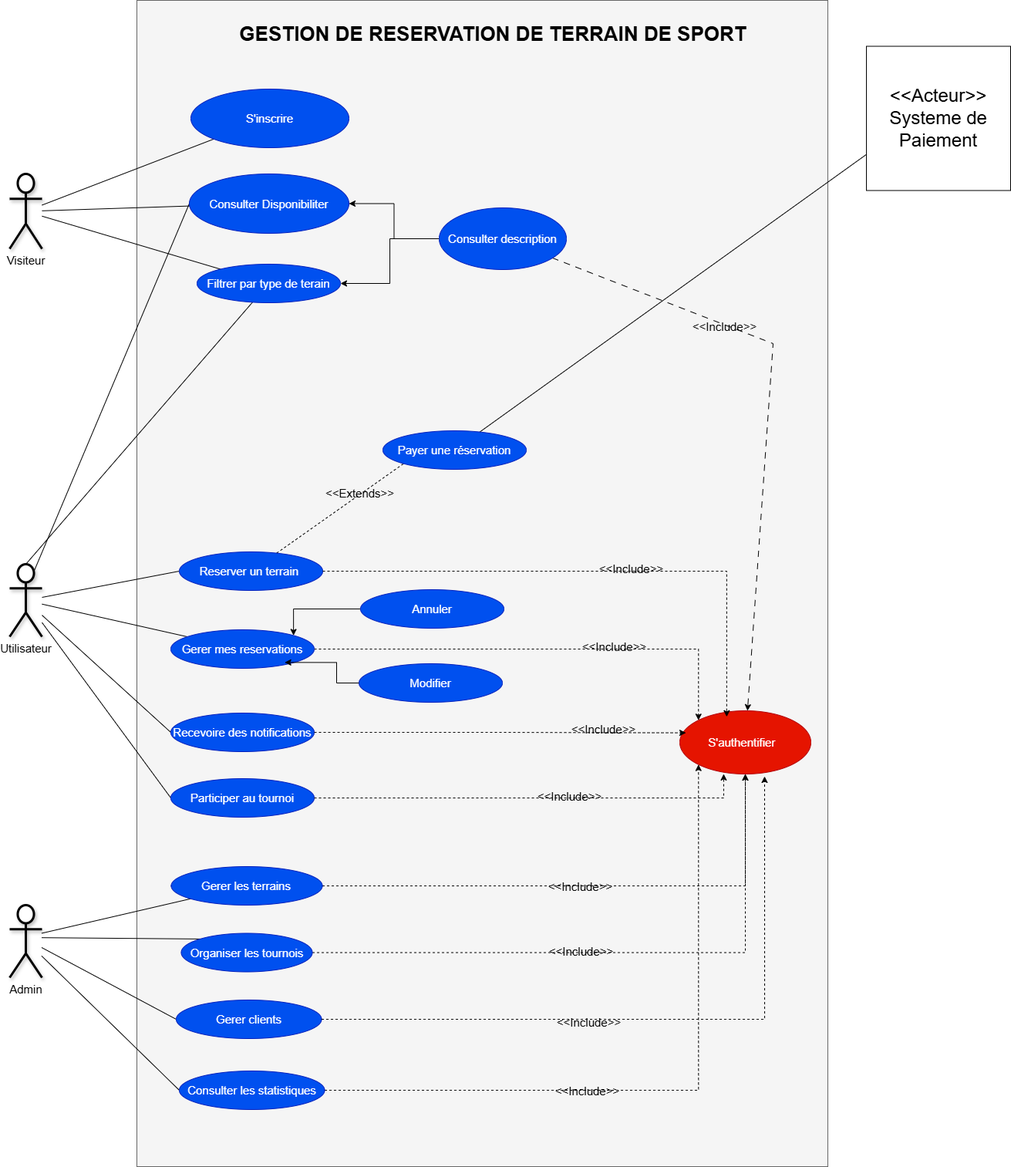
houssamlambara/GR_foot keeps this draw.io diagram as Conception UML/Use case.drawio.png. Above is the earlier version. Source tidied: cells renumbered, new cells last; positions are measured from the earlier drawing's top-left corner, leaving out a move shared by most shapes.
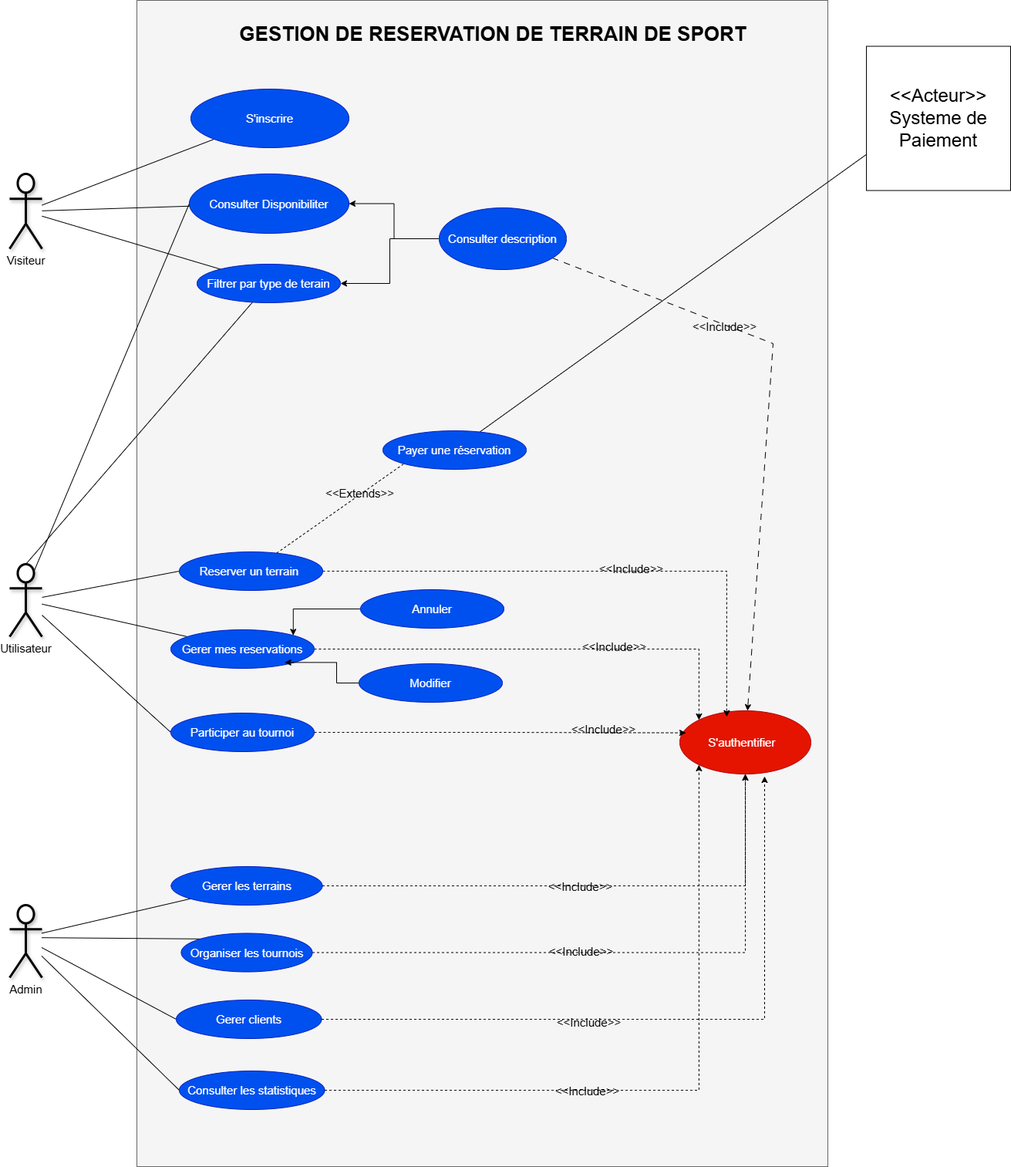
Above is the later version.

Commit message:
update use case

The edit, as a diff of the source:
```diff
@@ -32,9 +32,6 @@
     <mxCell id="11" style="rounded=0;jettySize=auto;html=1;entryX=0;entryY=0.5;entryDx=0;entryDy=0;endArrow=none;startFill=0;" parent="1" edge="1" source="13" target="50">
       <mxGeometry relative="1" as="geometry" />
     </mxCell>
-    <mxCell id="12" style="rounded=0;jettySize=auto;html=1;entryX=0;entryY=0.5;entryDx=0;entryDy=0;endArrow=none;endFill=1;startFill=0;" parent="1" edge="1" source="13" target="58">
-      <mxGeometry relative="1" as="geometry" />
-    </mxCell>
     <mxCell id="13" value="&lt;span style=&quot;background-color: light-dark(#ffffff, var(--ge-dark-color, #121212));&quot;&gt;Utilisateur&lt;/span&gt;" style="shape=umlActor;verticalLabelPosition=bottom;verticalAlign=top;html=1;outlineConnect=0;fontSize=15;strokeWidth=3;strokeColor=default;shadow=1;" parent="1" vertex="1">
       <mxGeometry y="731" width="42" height="94" as="geometry" />
     </mxCell>
@@ -170,7 +167,7 @@
     <mxCell id="49" value="Payer une réservation" style="ellipse;whiteSpace=wrap;html=1;fillColor=#0050ef;fontColor=#ffffff;strokeColor=#001DBC;fontSize=15;" parent="1" vertex="1">
       <mxGeometry x="484" y="558" width="186" height="50" as="geometry" />
     </mxCell>
-    <mxCell id="50" value="Recevoire des notifications" style="ellipse;whiteSpace=wrap;html=1;fillColor=#0050ef;fontColor=#ffffff;strokeColor=#001DBC;fontSize=15;" parent="1" vertex="1">
+    <mxCell id="50" value="Participer au tournoi" style="ellipse;whiteSpace=wrap;html=1;fillColor=#0050ef;fontColor=#ffffff;strokeColor=#001DBC;fontSize=15;" parent="1" vertex="1">
       <mxGeometry x="209" y="924" width="186" height="50" as="geometry" />
     </mxCell>
     <mxCell id="51" style="edgeStyle=orthogonalEdgeStyle;rounded=0;jettySize=auto;html=1;entryX=0.647;entryY=1.037;entryDx=0;entryDy=0;entryPerimeter=0;dashed=1;" parent="1" edge="1" source="37" target="27">
@@ -200,17 +197,6 @@
         <mxPoint x="-9" y="-5" as="offset" />
       </mxGeometry>
     </mxCell>
-    <mxCell id="58" value="Participer au tournoi" style="ellipse;whiteSpace=wrap;html=1;fillColor=#0050ef;fontColor=#ffffff;strokeColor=#001DBC;fontSize=15;" parent="1" vertex="1">
-      <mxGeometry x="209" y="1009" width="186" height="50" as="geometry" />
-    </mxCell>
-    <mxCell id="59" style="edgeStyle=orthogonalEdgeStyle;rounded=0;jettySize=auto;html=1;entryX=0.335;entryY=0.999;entryDx=0;entryDy=0;entryPerimeter=0;dashed=1;" parent="1" edge="1" source="58" target="27">
-      <mxGeometry relative="1" as="geometry" />
-    </mxCell>
-    <mxCell id="60" value="&amp;lt;&amp;lt;Include&amp;gt;&amp;gt;" style="edgeLabel;html=1;align=center;verticalAlign=middle;labelBackgroundColor=none;fontSize=15;" parent="1" vertex="1">
-      <mxGeometry x="726" y="1033" as="geometry">
-        <mxPoint x="-1" y="-2" as="offset" />
-      </mxGeometry>
-    </mxCell>
     <mxCell id="61" value="&lt;span style=&quot;background-color: light-dark(#ffffff, var(--ge-dark-color, #121212));&quot;&gt;Admin&lt;/span&gt;" style="shape=umlActor;verticalLabelPosition=bottom;verticalAlign=top;html=1;fontSize=15;strokeWidth=3;shadow=1;" parent="1" vertex="1">
       <mxGeometry y="1173" width="42" height="94" as="geometry" />
     </mxCell>
```
